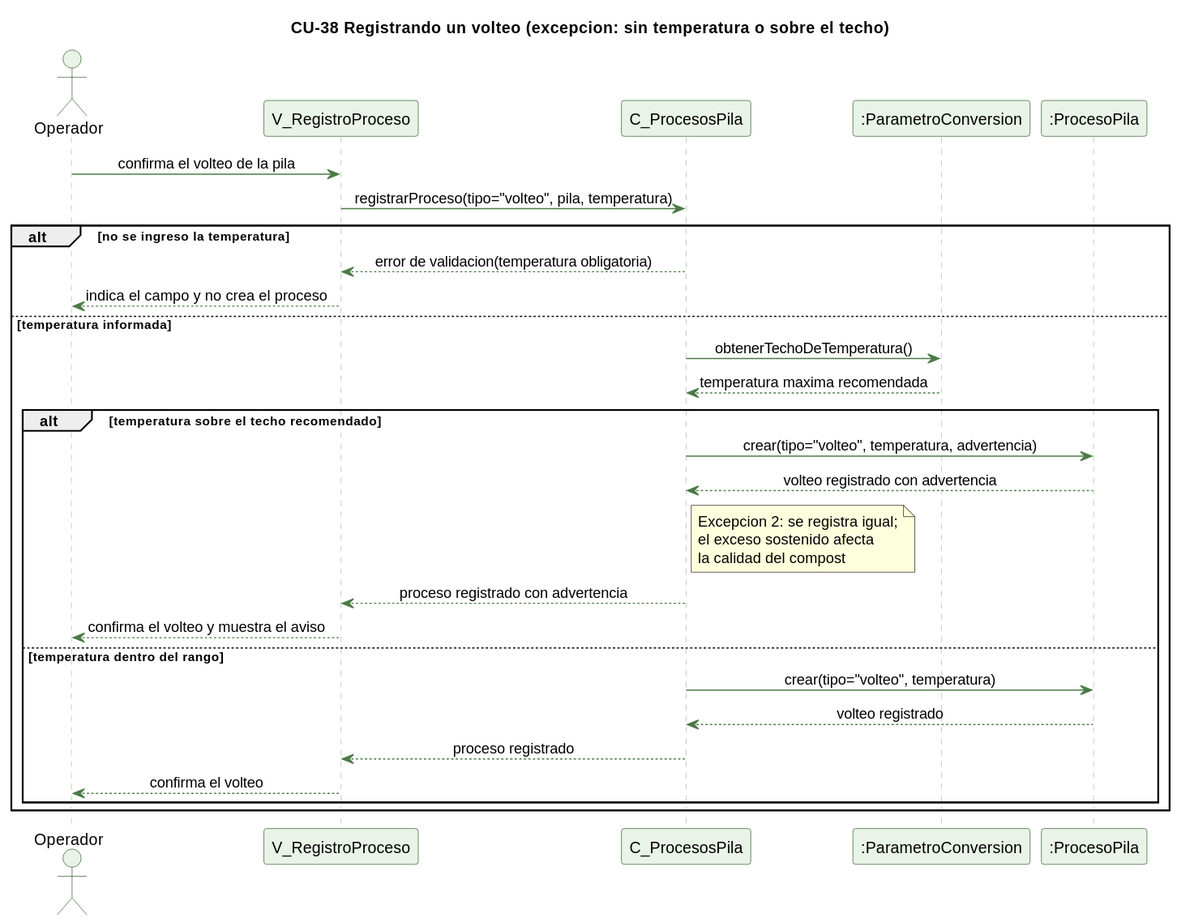
The PlantUML diagram docs/trabajo-grupal/diagramas/secuencias/cu38-volteo-excepcion.svg in kenjikaese/Triverde, before a commit. The source it was exported from:
```plantuml
@startuml
skinparam backgroundColor #FFFFFF
skinparam shadowing false
skinparam defaultFontName Helvetica
skinparam sequenceMessageAlign center
skinparam ParticipantBackgroundColor #EAF3E7
skinparam ParticipantBorderColor #2E5E2A
skinparam ActorBackgroundColor #EAF3E7
skinparam ActorBorderColor #2E5E2A
skinparam sequenceLifeLineBorderColor #9CC49A
skinparam ArrowColor #4B7A46

title CU-38 Registrando un volteo (excepcion: sin temperatura o sobre el techo)

actor Operador
participant "V_RegistroProceso" as V
participant "C_ProcesosPila" as C
participant ":ParametroConversion" as PC
participant ":ProcesoPila" as PP

Operador -> V : confirma el volteo de la pila
V -> C : registrarProceso(tipo="volteo", pila, temperatura)
alt no se ingreso la temperatura
  C --> V : error de validacion(temperatura obligatoria)
  V --> Operador : indica el campo y no crea el proceso
else temperatura informada
  C -> PC : obtenerTechoDeTemperatura()
  PC --> C : temperatura maxima recomendada
  alt temperatura sobre el techo recomendado
    C -> PP : crear(tipo="volteo", temperatura, advertencia)
    PP --> C : volteo registrado con advertencia
    note right of C : Excepcion 2: se registra igual;\nel exceso sostenido afecta\nla calidad del compost
    C --> V : proceso registrado con advertencia
    V --> Operador : confirma el volteo y muestra el aviso
  else temperatura dentro del rango
    C -> PP : crear(tipo="volteo", temperatura)
    PP --> C : volteo registrado
    C --> V : proceso registrado
    V --> Operador : confirma el volteo
  end
end
@enduml
```
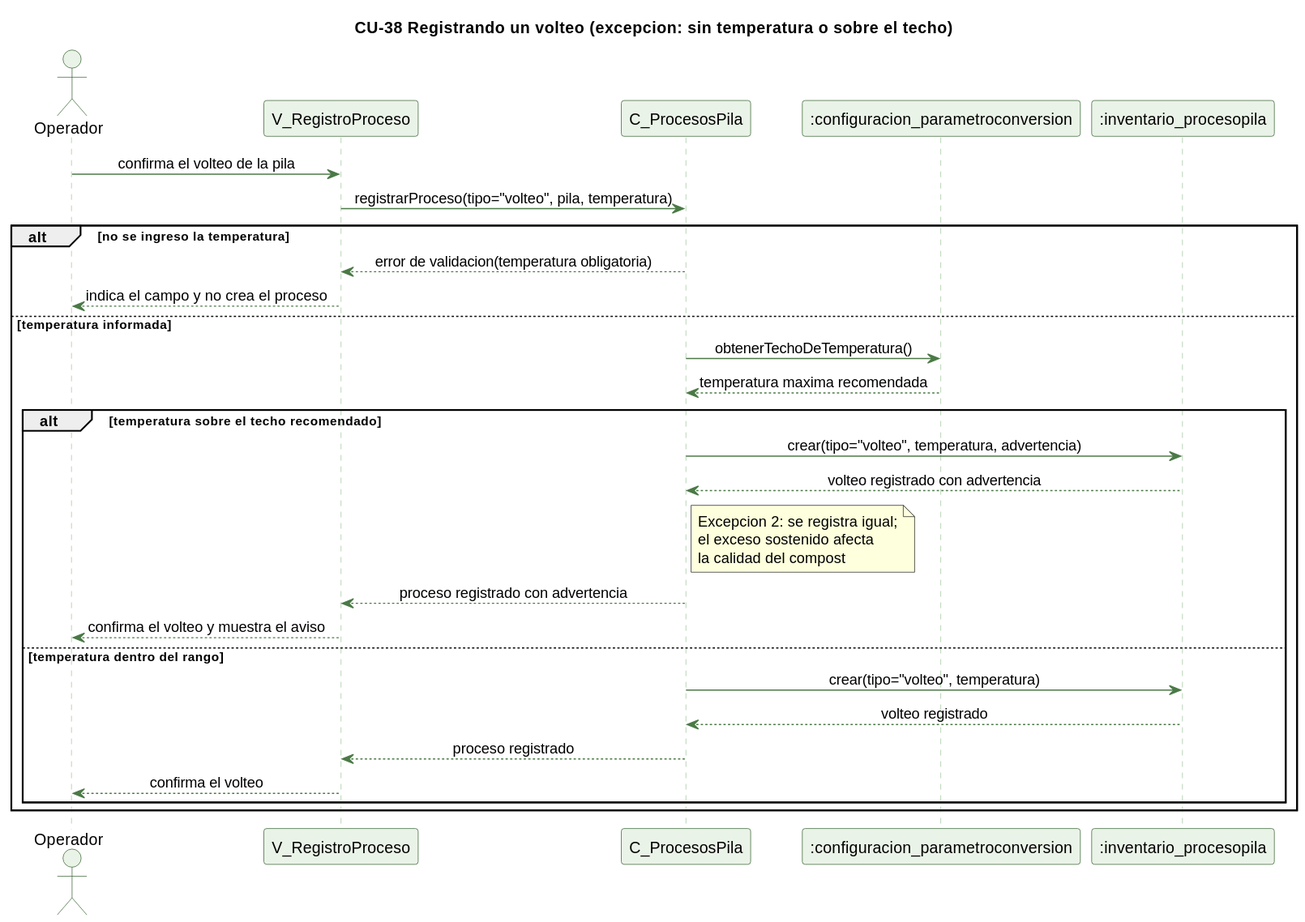
The same diagram one commit later.

Change to the diagram source:
```diff
@@ -15,8 +15,8 @@
 actor Operador
 participant "V_RegistroProceso" as V
 participant "C_ProcesosPila" as C
-participant ":ParametroConversion" as PC
-participant ":ProcesoPila" as PP
+participant ":configuracion_parametroconversion" as PC
+participant ":inventario_procesopila" as PP
 
 Operador -> V : confirma el volteo de la pila
 V -> C : registrarProceso(tipo="volteo", pila, temperatura)
```
